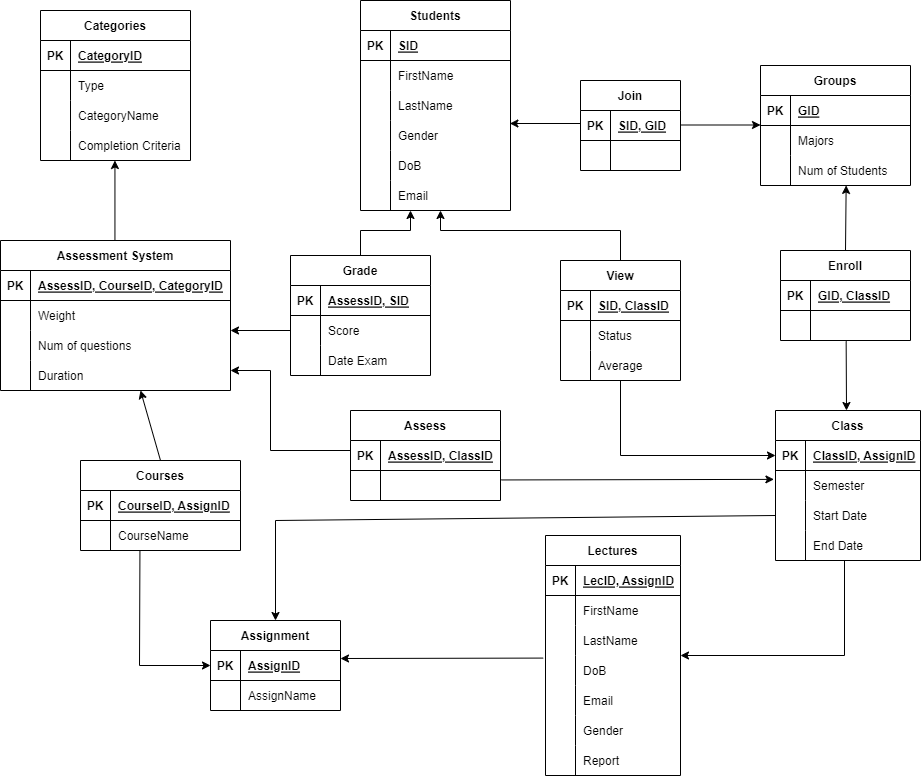
Vovietmanh/DBI202-MyAssignment keeps this draw.io diagram as Model Diagram.drawio.png. Above is the earlier version. Source tidied: cells renumbered, new cells last; positions are measured from the earlier drawing's top-left corner, leaving out a move shared by most shapes.
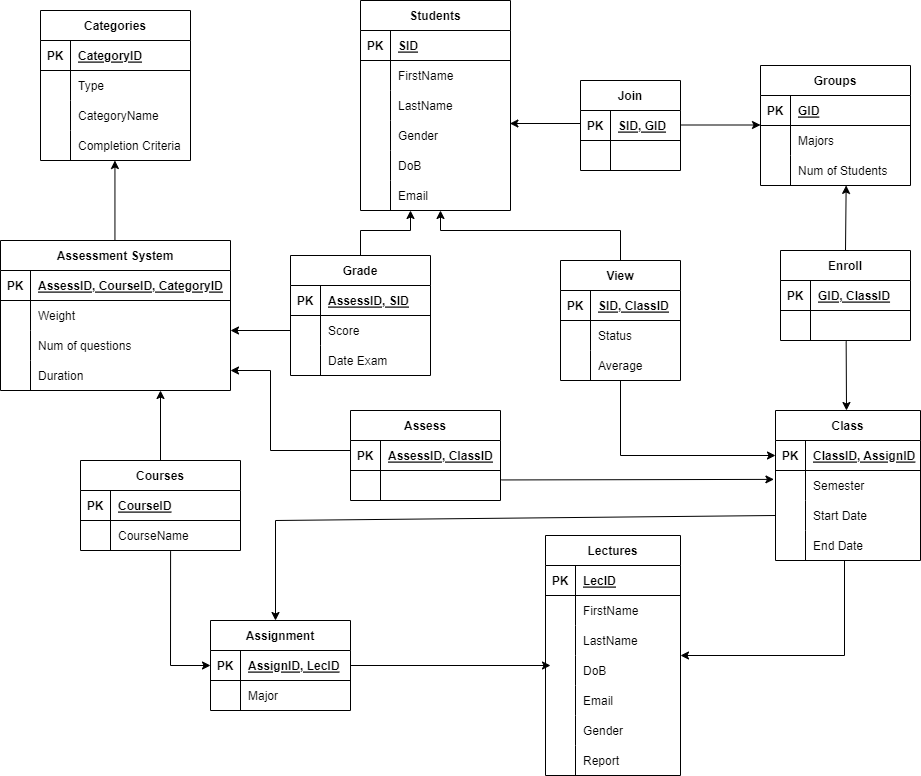
The same diagram one commit later.

Diff of the diagram source:
```diff
@@ -207,7 +207,7 @@
     <mxCell id="65" value="PK" style="shape=partialRectangle;fillColor=none;top=0;left=0;bottom=0;right=0;fontStyle=1;overflow=hidden;" parent="64" vertex="1">
       <mxGeometry width="30" height="30" as="geometry" />
     </mxCell>
-    <mxCell id="66" value="LecID, AssignID" style="shape=partialRectangle;fillColor=none;top=0;left=0;bottom=0;right=0;align=left;spacingLeft=6;fontStyle=5;overflow=hidden;" parent="64" vertex="1">
+    <mxCell id="66" value="LecID" style="shape=partialRectangle;fillColor=none;top=0;left=0;bottom=0;right=0;align=left;spacingLeft=6;fontStyle=5;overflow=hidden;" parent="64" vertex="1">
       <mxGeometry x="30" width="105" height="30" as="geometry" />
     </mxCell>
     <mxCell id="67" style="shape=tableRow;horizontal=0;startSize=0;swimlaneHead=0;swimlaneBody=0;fillColor=none;top=0;left=0;right=0;bottom=0;" parent="63" vertex="1">
@@ -264,31 +264,26 @@
     <mxCell id="84" value="Report" style="shape=partialRectangle;fillColor=none;top=0;left=0;bottom=0;right=0;align=left;spacingLeft=6;overflow=hidden;" parent="82" vertex="1">
       <mxGeometry x="30" width="105" height="30" as="geometry" />
     </mxCell>
-    <mxCell id="85" style="endArrow=classic;html=1;rounded=0;exitX=-0.017;exitY=0.086;exitDx=0;exitDy=0;exitPerimeter=0;" parent="1" edge="1" source="73">
-      <mxGeometry relative="1" as="geometry">
-        <mxPoint x="340" y="658" as="targetPoint" />
-      </mxGeometry>
-    </mxCell>
     <mxCell id="86" value="Assignment" style="shape=table;startSize=30;rowLines=0;fontStyle=1;align=center;" parent="1" vertex="1">
-      <mxGeometry x="210" y="620" width="130" height="90" as="geometry" />
+      <mxGeometry x="210" y="620" width="140" height="90" as="geometry" />
     </mxCell>
     <mxCell id="87" style="shape=tableRow;horizontal=0;startSize=0;swimlaneHead=0;swimlaneBody=0;fillColor=none;points=[[0,0.5],[1,0.5]];portConstraint=eastwest;top=0;left=0;right=0;bottom=1;" parent="86" vertex="1">
-      <mxGeometry y="30" width="130" height="30" as="geometry" />
+      <mxGeometry y="30" width="140" height="30" as="geometry" />
     </mxCell>
     <mxCell id="88" value="PK" style="shape=partialRectangle;fillColor=none;top=0;left=0;bottom=0;right=0;fontStyle=1;overflow=hidden;" parent="87" vertex="1">
       <mxGeometry width="30" height="30" as="geometry" />
     </mxCell>
-    <mxCell id="89" value="AssignID" style="shape=partialRectangle;fillColor=none;top=0;left=0;bottom=0;right=0;align=left;spacingLeft=6;fontStyle=5;overflow=hidden;" parent="87" vertex="1">
-      <mxGeometry x="30" width="100" height="30" as="geometry" />
+    <mxCell id="89" value="AssignID, LecID" style="shape=partialRectangle;fillColor=none;top=0;left=0;bottom=0;right=0;align=left;spacingLeft=6;fontStyle=5;overflow=hidden;" parent="87" vertex="1">
+      <mxGeometry x="30" width="110" height="30" as="geometry" />
     </mxCell>
     <mxCell id="90" style="shape=tableRow;horizontal=0;startSize=0;swimlaneHead=0;swimlaneBody=0;fillColor=none;top=0;left=0;right=0;bottom=0;" parent="86" vertex="1">
-      <mxGeometry y="60" width="130" height="30" as="geometry" />
+      <mxGeometry y="60" width="140" height="30" as="geometry" />
     </mxCell>
-    <mxCell id="91" style="shape=partialRectangle;fillColor=none;top=0;left=0;bottom=0;right=0;overflow=hidden;" parent="90" vertex="1">
+    <mxCell id="91" value="&#10;&#10;&#10;&#10;&#10;&#10;" style="shape=partialRectangle;fillColor=none;top=0;left=0;bottom=0;right=0;overflow=hidden;" parent="90" vertex="1">
       <mxGeometry width="30" height="30" as="geometry" />
     </mxCell>
-    <mxCell id="92" value="AssignName" style="shape=partialRectangle;fillColor=none;top=0;left=0;bottom=0;right=0;align=left;spacingLeft=6;overflow=hidden;" parent="90" vertex="1">
-      <mxGeometry x="30" width="100" height="30" as="geometry" />
+    <mxCell id="92" value="Major" style="shape=partialRectangle;fillColor=none;top=0;left=0;bottom=0;right=0;align=left;spacingLeft=6;overflow=hidden;" parent="90" vertex="1">
+      <mxGeometry x="30" width="110" height="30" as="geometry" />
     </mxCell>
     <mxCell id="93" value="Courses" style="shape=table;startSize=30;rowLines=0;fontStyle=1;align=center;" parent="1" vertex="1">
       <mxGeometry x="80" y="460" width="160" height="90" as="geometry" />
@@ -299,7 +294,7 @@
     <mxCell id="95" value="PK" style="shape=partialRectangle;fillColor=none;top=0;left=0;bottom=0;right=0;fontStyle=1;overflow=hidden;" parent="94" vertex="1">
       <mxGeometry width="30" height="30" as="geometry" />
     </mxCell>
-    <mxCell id="96" value="CourseID, AssignID" style="shape=partialRectangle;fillColor=none;top=0;left=0;bottom=0;right=0;align=left;spacingLeft=6;fontStyle=5;overflow=hidden;" parent="94" vertex="1">
+    <mxCell id="96" value="CourseID" style="shape=partialRectangle;fillColor=none;top=0;left=0;bottom=0;right=0;align=left;spacingLeft=6;fontStyle=5;overflow=hidden;" parent="94" vertex="1">
       <mxGeometry x="30" width="130" height="30" as="geometry" />
     </mxCell>
     <mxCell id="97" style="shape=tableRow;horizontal=0;startSize=0;swimlaneHead=0;swimlaneBody=0;fillColor=none;points=[[0,0.5],[1,0.5]];portConstraint=eastwest;top=0;left=0;right=0;bottom=0;" parent="93" vertex="1">
@@ -472,17 +467,16 @@
         </Array>
       </mxGeometry>
     </mxCell>
-    <mxCell id="149" style="endArrow=classic;html=1;rounded=0;entryX=0;entryY=0.5;entryDx=0;entryDy=0;" parent="1" edge="1" target="87">
+    <mxCell id="149" style="endArrow=classic;html=1;rounded=0;exitX=0.563;exitY=1.022;exitDx=0;exitDy=0;exitPerimeter=0;entryX=0;entryY=0.5;entryDx=0;entryDy=0;" parent="1" edge="1" source="97" target="87">
       <mxGeometry relative="1" as="geometry">
-        <mxPoint x="139.4" y="550" as="sourcePoint" />
         <Array as="points">
-          <mxPoint x="139" y="665" />
+          <mxPoint x="170" y="665" />
         </Array>
       </mxGeometry>
     </mxCell>
     <mxCell id="150" style="endArrow=classic;html=1;rounded=0;exitX=0.5;exitY=0;exitDx=0;exitDy=0;" parent="1" edge="1" source="93">
       <mxGeometry relative="1" as="geometry">
-        <mxPoint x="140" y="390" as="targetPoint" />
+        <mxPoint x="160" y="390" as="targetPoint" />
       </mxGeometry>
     </mxCell>
     <mxCell id="151" style="endArrow=classic;html=1;rounded=0;exitX=0;exitY=0.5;exitDx=0;exitDy=0;" parent="1" edge="1" source="131">
@@ -499,8 +493,9 @@
         </Array>
       </mxGeometry>
     </mxCell>
-    <mxCell id="153" style="endArrow=classic;html=1;rounded=0;entryX=0.5;entryY=0;entryDx=0;entryDy=0;exitX=0;exitY=0.5;exitDx=0;exitDy=0;" parent="1" edge="1" source="56" target="86">
+    <mxCell id="153" style="endArrow=classic;html=1;rounded=0;exitX=0;exitY=0.5;exitDx=0;exitDy=0;" parent="1" edge="1" source="56">
       <mxGeometry relative="1" as="geometry">
+        <mxPoint x="275" y="620" as="targetPoint" />
         <Array as="points">
           <mxPoint x="275" y="520" />
         </Array>
@@ -540,5 +535,16 @@
     <mxCell id="162" style="endArrow=classic;html=1;rounded=0;exitX=1.005;exitY=0.315;exitDx=0;exitDy=0;exitPerimeter=0;entryX=-0.011;entryY=0.296;entryDx=0;entryDy=0;entryPerimeter=0;" parent="1" edge="1" source="159" target="53">
       <mxGeometry relative="1" as="geometry" />
     </mxCell>
+    <mxCell id="163" style="shape=tableRow;horizontal=0;startSize=0;swimlaneHead=0;swimlaneBody=0;fillColor=none;top=0;left=0;right=0;bottom=0;" parent="1" vertex="1">
+      <mxGeometry x="210" y="710" width="130" height="30" as="geometry" />
+    </mxCell>
+    <mxCell id="164" style="shape=partialRectangle;fillColor=none;top=0;left=0;bottom=0;right=0;overflow=hidden;" parent="163" vertex="1">
+      <mxGeometry width="30" height="30" as="geometry" />
+    </mxCell>
+    <mxCell id="85" style="endArrow=classic;html=1;rounded=0;exitX=1;exitY=0.5;exitDx=0;exitDy=0;" parent="1" edge="1" source="87">
+      <mxGeometry relative="1" as="geometry">
+        <mxPoint x="550" y="665" as="targetPoint" />
+      </mxGeometry>
+    </mxCell>
   </root>
 </mxGraphModel>
```
